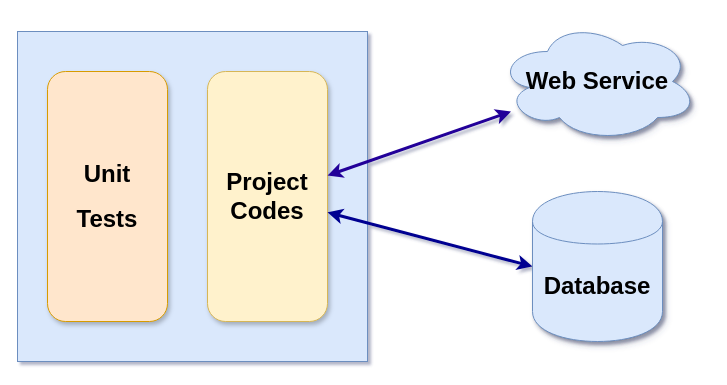
Above: _src/mock_diagram.drawio in hoadh/JUnit-Tutorials (draw.io), before the change. Source tidied: cells renumbered, new cells numbered last; positions are measured from the earlier drawing's top-left corner, leaving out a move shared by most shapes. Both pictures are drawn from the tidied source at 100%, with x=0, y=0 at pixel (17, 21).
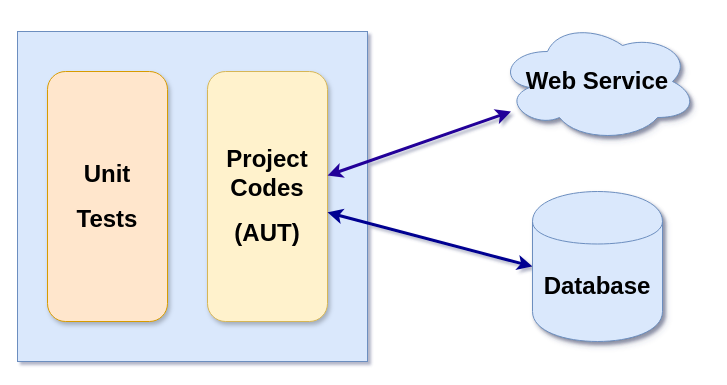
Above is the later version.

Commit message (it also covers changes not shown here):
Cập nhật hình ảnh mock service

The edit, as a diff of the source:
```diff
@@
 <mxGraphModel shadow="1">
   <root>
     <mxCell id="0" />
     <mxCell id="1" parent="0" />
     <mxCell id="2" style="rounded=0;whiteSpace=wrap;html=1;fillColor=#dae8fc;strokeColor=#6c8ebf;" parent="1" vertex="1">
       <mxGeometry y="10" width="350" height="330" as="geometry" />
     </mxCell>
     <mxCell id="3" value="&lt;h1&gt;Unit&lt;/h1&gt;&lt;h1&gt;Tests&lt;/h1&gt;" style="rounded=1;whiteSpace=wrap;html=1;fillColor=#ffe6cc;strokeColor=#d79b00;shadow=1;comic=0;" parent="1" vertex="1">
       <mxGeometry x="30" y="50" width="120" height="250" as="geometry" />
     </mxCell>
-    <mxCell id="4" value="&lt;h1&gt;Project&lt;br&gt;Codes&lt;/h1&gt;" style="rounded=1;whiteSpace=wrap;html=1;fillColor=#fff2cc;strokeColor=#d6b656;shadow=1;" parent="1" vertex="1">
+    <mxCell id="4" value="&lt;h1&gt;Project&lt;br&gt;Codes&lt;/h1&gt;&lt;h1&gt;(AUT)&lt;/h1&gt;" style="rounded=1;whiteSpace=wrap;html=1;fillColor=#fff2cc;strokeColor=#d6b656;shadow=1;" parent="1" vertex="1">
       <mxGeometry x="190" y="50" width="120" height="250" as="geometry" />
     </mxCell>
     <mxCell id="5" style="edgeStyle=none;rounded=0;jettySize=auto;html=1;startArrow=classic;startFill=1;strokeColor=#000091;strokeWidth=3;exitX=0;exitY=0.5;exitDx=0;exitDy=0;" parent="1" edge="1" source="6" target="4">
       <mxGeometry relative="1" as="geometry" />
     </mxCell>
     <mxCell id="6" value="&lt;h1&gt;Database&lt;/h1&gt;" style="shape=cylinder;whiteSpace=wrap;html=1;boundedLbl=1;backgroundOutline=1;shadow=1;comic=0;fillColor=#dae8fc;strokeColor=#6c8ebf;" parent="1" vertex="1">
       <mxGeometry x="515" y="170" width="130" height="150" as="geometry" />
     </mxCell>
     <mxCell id="7" style="rounded=0;jettySize=auto;html=1;startArrow=classic;startFill=1;strokeWidth=3;strokeColor=#240099;" parent="1" edge="1" source="8" target="4">
       <mxGeometry relative="1" as="geometry" />
     </mxCell>
     <mxCell id="8" value="&lt;h1&gt;Web Service&lt;/h1&gt;" style="ellipse;shape=cloud;whiteSpace=wrap;html=1;shadow=1;comic=0;fillColor=#dae8fc;strokeColor=#6c8ebf;" parent="1" vertex="1">
       <mxGeometry x="480" width="200" height="120" as="geometry" />
     </mxCell>
   </root>
 </mxGraphModel>
```
